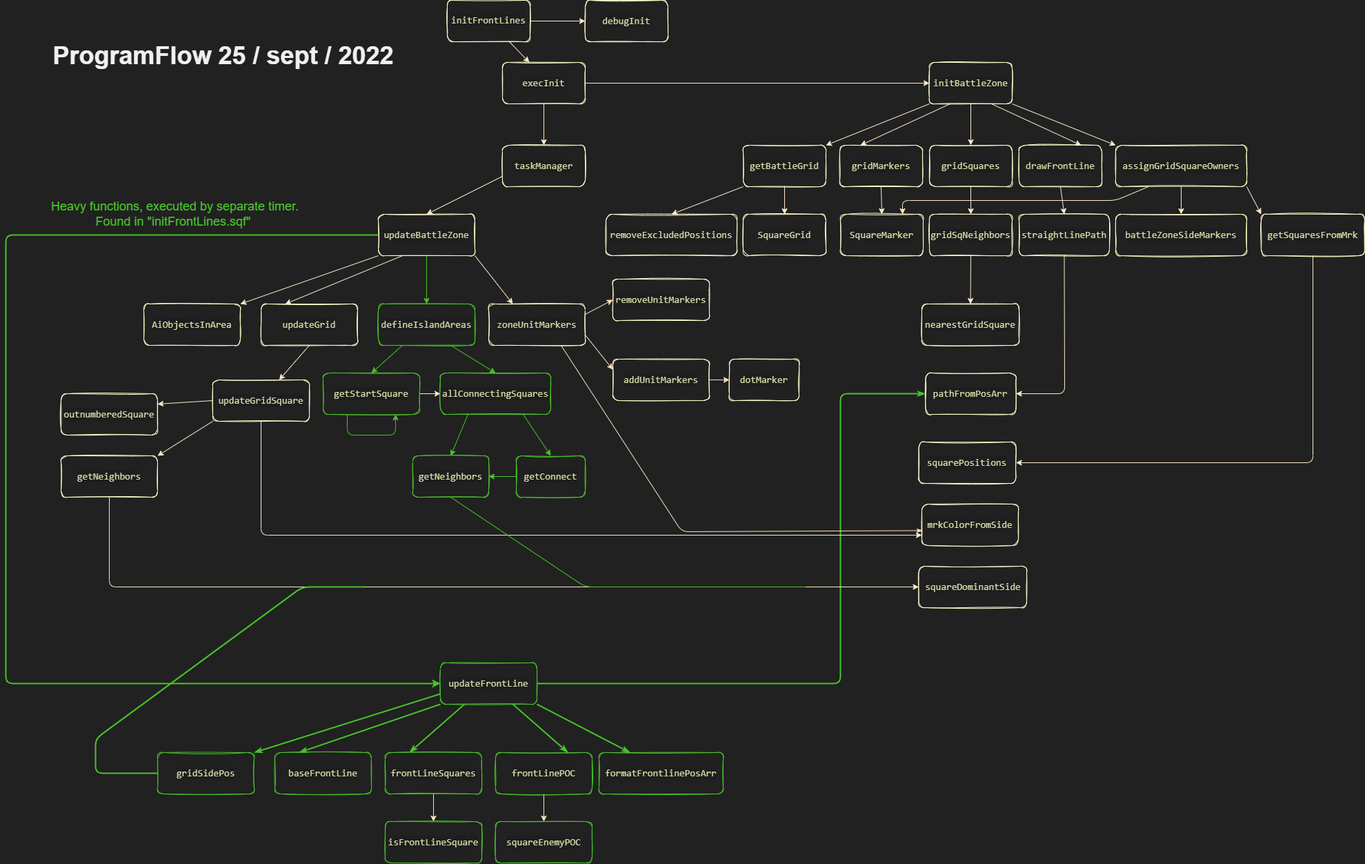
This is frontLines.Malden/Functions/Tally/references/2509flowChart.drawio.png from johnwestons/Battlelines, a draw.io export, as it was before one commit. Source tidied: cells renumbered, new cells last; positions are measured from the earlier drawing's top-left corner, leaving out a move shared by most shapes.
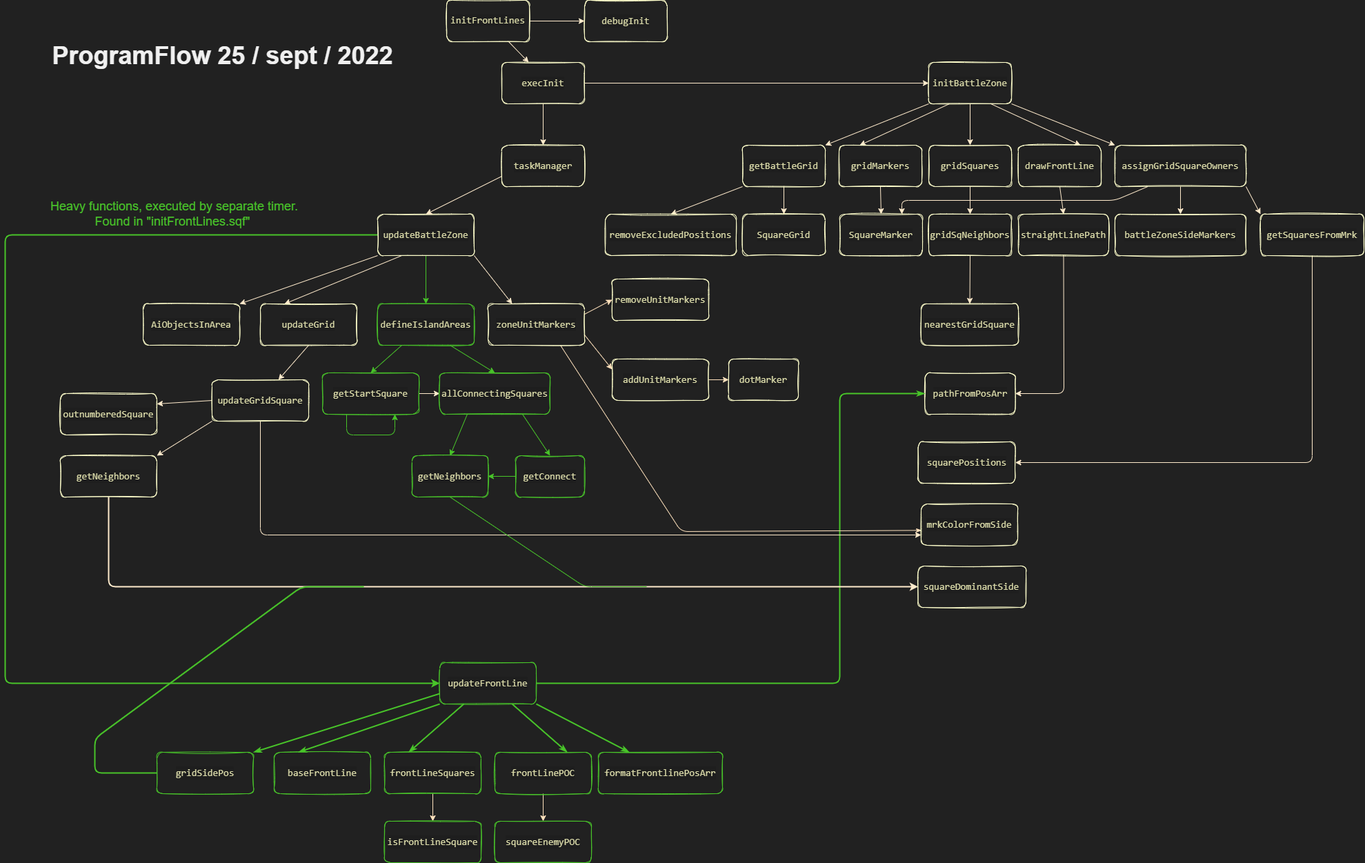
The same file after the commit.

The edit, as a diff of the source:
```diff
@@ -240,7 +240,7 @@
     <mxCell id="70" value="&lt;div style=&quot;color: rgb(212 , 212 , 212) ; background-color: rgb(30 , 30 , 30) ; font-family: &amp;#34;consolas&amp;#34; , &amp;#34;courier new&amp;#34; , monospace ; font-size: 14px ; line-height: 19px&quot;&gt;&lt;div style=&quot;font-family: &amp;#34;consolas&amp;#34; , &amp;#34;courier new&amp;#34; , monospace ; line-height: 19px&quot;&gt;&lt;div style=&quot;font-family: &amp;#34;consolas&amp;#34; , &amp;#34;courier new&amp;#34; , monospace ; line-height: 19px&quot;&gt;&lt;div style=&quot;font-family: &amp;#34;consolas&amp;#34; , &amp;#34;courier new&amp;#34; , monospace ; line-height: 19px&quot;&gt;&lt;div style=&quot;line-height: 19px&quot;&gt;&lt;div style=&quot;font-family: &amp;#34;consolas&amp;#34; , &amp;#34;courier new&amp;#34; , monospace ; line-height: 19px&quot;&gt;&lt;div style=&quot;font-family: &amp;#34;consolas&amp;#34; , &amp;#34;courier new&amp;#34; , monospace ; line-height: 19px&quot;&gt;&lt;div style=&quot;font-family: &amp;#34;consolas&amp;#34; , &amp;#34;courier new&amp;#34; , monospace ; line-height: 19px&quot;&gt;&lt;span style=&quot;color: #dcdcaa&quot;&gt;outnumberedSquare&lt;/span&gt;&lt;/div&gt;&lt;/div&gt;&lt;/div&gt;&lt;/div&gt;&lt;/div&gt;&lt;/div&gt;&lt;/div&gt;&lt;/div&gt;" style="whiteSpace=wrap;html=1;strokeWidth=1;fillColor=none;sketch=1;strokeColor=#FFFFCC;rounded=1;" parent="1" vertex="1">
       <mxGeometry x="80" y="570" width="140" height="60" as="geometry" />
     </mxCell>
-    <mxCell id="71" style="edgeStyle=none;rounded=1;html=1;exitX=0.5;exitY=1;exitDx=0;exitDy=0;entryX=0;entryY=0.5;entryDx=0;entryDy=0;strokeColor=#FFEBCC;strokeWidth=1;" parent="1" edge="1" source="72" target="74">
+    <mxCell id="71" style="edgeStyle=none;rounded=1;html=1;exitX=0.5;exitY=1;exitDx=0;exitDy=0;entryX=0;entryY=0.5;entryDx=0;entryDy=0;strokeColor=#FFEBCC;strokeWidth=2;" parent="1" edge="1" source="72" target="74">
       <mxGeometry relative="1" as="geometry">
         <Array as="points">
           <mxPoint x="150" y="850" />
@@ -281,7 +281,7 @@
     </mxCell>
     <mxCell id="81" style="edgeStyle=none;rounded=1;html=1;exitX=0.5;exitY=1;exitDx=0;exitDy=0;strokeColor=#48C429;strokeWidth=1;endArrow=none;endFill=0;" parent="1" edge="1" source="82">
       <mxGeometry relative="1" as="geometry">
-        <mxPoint x="1160" y="850" as="targetPoint" />
+        <mxPoint x="930" y="850" as="targetPoint" />
         <Array as="points">
           <mxPoint x="840" y="850" />
         </Array>
```
